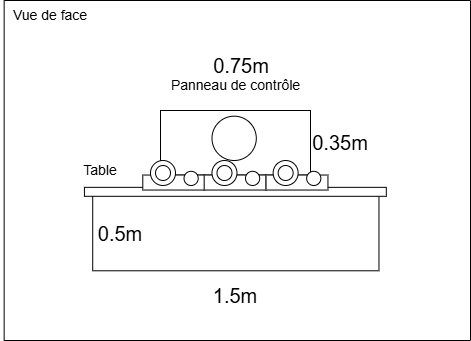
deux-intelligence/deux-neurones keeps this draw.io diagram as technique/plan_implantation_01.drawio.png. Above is the earlier version. Source tidied: cells renumbered, new cells last; positions are measured from the earlier drawing's top-left corner, leaving out a move shared by most shapes.
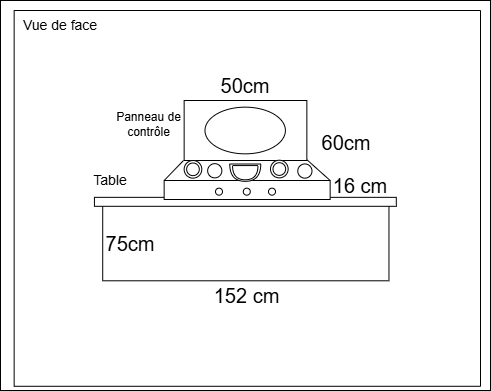
The same diagram one commit later.

Commit message:
Retouchement des plan d'implantation et  de l'équipement

Change to the diagram source:
```diff
@@ -2,77 +2,93 @@
   <root>
     <mxCell id="0" />
     <mxCell id="1" parent="0" />
+    <mxCell id="26" style="rounded=0;whiteSpace=wrap;html=1;" parent="1" vertex="1">
+      <mxGeometry x="-10" y="-10" width="490" height="390" as="geometry" />
+    </mxCell>
     <mxCell id="2" style="rounded=0;whiteSpace=wrap;html=1;direction=south;rotation=-90;fillColor=none;" parent="1" vertex="1">
       <mxGeometry x="197.7" y="89.5" width="75.2" height="286.2" as="geometry" />
     </mxCell>
     <mxCell id="3" style="rounded=0;whiteSpace=wrap;html=1;direction=south;rotation=-90;" parent="1" vertex="1">
       <mxGeometry x="230.4" y="40.4" width="9" height="301.9" as="geometry" />
     </mxCell>
-    <mxCell id="4" value="0.5m" style="text;html=1;whiteSpace=wrap;strokeColor=none;fillColor=none;align=center;verticalAlign=middle;rounded=0;fontSize=20;" parent="1" vertex="1">
+    <mxCell id="4" value="75cm" style="text;html=1;whiteSpace=wrap;strokeColor=none;fillColor=none;align=center;verticalAlign=middle;rounded=0;fontSize=20;" parent="1" vertex="1">
       <mxGeometry x="90" y="217.7" width="60" height="30" as="geometry" />
     </mxCell>
-    <mxCell id="5" value="1.5m" style="text;html=1;whiteSpace=wrap;strokeColor=none;fillColor=none;align=center;verticalAlign=middle;rounded=0;fontSize=20;" parent="1" vertex="1">
-      <mxGeometry x="205.3" y="280" width="60" height="30" as="geometry" />
-    </mxCell>
     <mxCell id="6" value="Table" style="text;html=1;whiteSpace=wrap;strokeColor=none;fillColor=none;align=center;verticalAlign=middle;rounded=0;fontSize=14;" parent="1" vertex="1">
       <mxGeometry x="70" y="155" width="60" height="30" as="geometry" />
     </mxCell>
     <mxCell id="7" value="Vue de face" style="text;html=1;whiteSpace=wrap;strokeColor=none;fillColor=none;align=center;verticalAlign=middle;rounded=0;fontSize=14;" parent="1" vertex="1">
       <mxGeometry width="100" height="30" as="geometry" />
     </mxCell>
+    <mxCell id="25" style="swimlane;startSize=0;" parent="1" vertex="1">
+      <mxGeometry x="3.7" width="466.4" height="375.8" as="geometry" />
+    </mxCell>
+    <mxCell id="10" style="rounded=0;whiteSpace=wrap;html=1;" parent="25" vertex="1">
+      <mxGeometry x="150" y="170" width="166" height="19" as="geometry" />
+    </mxCell>
-    <mxCell id="8" style="rounded=0;whiteSpace=wrap;html=1;" parent="1" vertex="1">
-      <mxGeometry x="160" y="110" width="150" height="64.5" as="geometry" />
+    <mxCell id="8" style="rounded=0;whiteSpace=wrap;html=1;" parent="25" vertex="1">
+      <mxGeometry x="170" y="90" width="122.7" height="60" as="geometry" />
     </mxCell>
+    <mxCell id="5" value="152 cm" style="text;html=1;whiteSpace=wrap;strokeColor=none;fillColor=none;align=center;verticalAlign=middle;rounded=0;fontSize=20;" parent="25" vertex="1">
+      <mxGeometry x="190.8" y="270" width="84.7" height="30" as="geometry" />
+    </mxCell>
+    <mxCell id="27" style="ellipse;whiteSpace=wrap;html=1;" parent="25" vertex="1">
+      <mxGeometry x="190.8" y="96.7" width="80.4" height="46.7" as="geometry" />
+    </mxCell>
+    <mxCell id="28" style="shape=or;whiteSpace=wrap;html=1;rotation=90;" parent="25" vertex="1">
+      <mxGeometry x="222.5" y="146.7" width="17.3" height="31" as="geometry" />
+    </mxCell>
+    <mxCell id="29" style="ellipse;whiteSpace=wrap;html=1;" parent="25" vertex="1">
+      <mxGeometry x="193.5" y="153.2" width="14.2" height="14.2" as="geometry" />
+    </mxCell>
+    <mxCell id="30" style="ellipse;whiteSpace=wrap;html=1;" parent="25" vertex="1">
+      <mxGeometry x="170" y="150" width="17.6" height="17.6" as="geometry" />
+    </mxCell>
+    <mxCell id="31" style="ellipse;whiteSpace=wrap;html=1;" parent="25" vertex="1">
+      <mxGeometry x="172.5" y="152.5" width="12.6" height="12.6" as="geometry" />
+    </mxCell>
+    <mxCell id="20" style="ellipse;whiteSpace=wrap;html=1;" parent="25" vertex="1">
+      <mxGeometry x="256.3" y="149.7" width="17.6" height="17.6" as="geometry" />
+    </mxCell>
+    <mxCell id="22" style="ellipse;whiteSpace=wrap;html=1;" parent="25" vertex="1">
+      <mxGeometry x="258.8" y="152.2" width="12.6" height="12.6" as="geometry" />
+    </mxCell>
+    <mxCell id="21" style="ellipse;whiteSpace=wrap;html=1;" parent="25" vertex="1">
+      <mxGeometry x="283.6" y="153.5" width="14.2" height="14.2" as="geometry" />
+    </mxCell>
+    <mxCell id="32" style="ellipse;whiteSpace=wrap;html=1;" parent="25" vertex="1">
+      <mxGeometry x="201.3" y="177.7" width="7" height="7" as="geometry" />
+    </mxCell>
+    <mxCell id="33" style="ellipse;whiteSpace=wrap;html=1;" parent="25" vertex="1">
+      <mxGeometry x="229.1" y="177.7" width="7" height="7" as="geometry" />
+    </mxCell>
+    <mxCell id="34" style="ellipse;whiteSpace=wrap;html=1;" parent="25" vertex="1">
+      <mxGeometry x="254.3" y="177.7" width="7" height="7" as="geometry" />
+    </mxCell>
+    <mxCell id="24" value="60cm" style="text;html=1;whiteSpace=wrap;strokeColor=none;fillColor=none;align=center;verticalAlign=middle;rounded=0;fontSize=20;" parent="25" vertex="1">
+      <mxGeometry x="302.5" y="116.7" width="60" height="30" as="geometry" />
+    </mxCell>
+    <mxCell id="35" value="16 cm" style="text;html=1;whiteSpace=wrap;strokeColor=none;fillColor=none;align=center;verticalAlign=middle;rounded=0;fontSize=20;" parent="25" vertex="1">
+      <mxGeometry x="316.3" y="160" width="60" height="30" as="geometry" />
+    </mxCell>
+    <mxCell id="36" style="shape=or;whiteSpace=wrap;html=1;rotation=90;" parent="25" vertex="1">
+      <mxGeometry x="224" y="149.5" width="14.2" height="25.4" as="geometry" />
+    </mxCell>
-    <mxCell id="9" value="Panneau de contrôle" style="text;html=1;whiteSpace=wrap;strokeColor=none;fillColor=none;align=center;verticalAlign=middle;rounded=0;fontSize=14;" parent="1" vertex="1">
-      <mxGeometry x="167.6" y="69.5" width="135.4" height="30.5" as="geometry" />
+    <mxCell id="9" value="Panneau de contrôle" style="text;html=1;whiteSpace=wrap;strokeColor=none;fillColor=none;align=center;verticalAlign=middle;rounded=0;fontSize=12;" parent="25" vertex="1">
+      <mxGeometry x="79.8" y="103.9" width="111" height="20.5" as="geometry" />
     </mxCell>
-    <mxCell id="10" style="rounded=0;whiteSpace=wrap;html=1;" parent="1" vertex="1">
-      <mxGeometry x="142.3" y="174.5" width="61.9" height="15" as="geometry" />
-    </mxCell>
-    <mxCell id="11" style="ellipse;whiteSpace=wrap;html=1;" parent="1" vertex="1">
-      <mxGeometry x="211.5" y="115.7" width="44.3" height="44.3" as="geometry" />
-    </mxCell>
-    <mxCell id="12" style="rounded=0;whiteSpace=wrap;html=1;" parent="1" vertex="1">
-      <mxGeometry x="203.7" y="174.5" width="61.9" height="15" as="geometry" />
-    </mxCell>
-    <mxCell id="13" style="rounded=0;whiteSpace=wrap;html=1;" parent="1" vertex="1">
-      <mxGeometry x="265.6" y="174.5" width="61.9" height="15" as="geometry" />
-    </mxCell>
-    <mxCell id="14" style="ellipse;whiteSpace=wrap;html=1;" parent="1" vertex="1">
-      <mxGeometry x="150" y="160" width="25" height="25" as="geometry" />
-    </mxCell>
-    <mxCell id="15" style="ellipse;whiteSpace=wrap;html=1;" parent="1" vertex="1">
-      <mxGeometry x="183.5" y="170.8" width="14.2" height="14.2" as="geometry" />
-    </mxCell>
-    <mxCell id="16" style="ellipse;whiteSpace=wrap;html=1;" parent="1" vertex="1">
-      <mxGeometry x="155" y="165" width="15" height="15" as="geometry" />
-    </mxCell>
-    <mxCell id="17" style="ellipse;whiteSpace=wrap;html=1;" parent="1" vertex="1">
-      <mxGeometry x="211.5" y="160" width="25" height="25" as="geometry" />
-    </mxCell>
-    <mxCell id="18" style="ellipse;whiteSpace=wrap;html=1;" parent="1" vertex="1">
-      <mxGeometry x="245" y="170.8" width="14.2" height="14.2" as="geometry" />
-    </mxCell>
-    <mxCell id="19" style="ellipse;whiteSpace=wrap;html=1;" parent="1" vertex="1">
-      <mxGeometry x="216.5" y="165" width="15" height="15" as="geometry" />
-    </mxCell>
-    <mxCell id="20" style="ellipse;whiteSpace=wrap;html=1;" parent="1" vertex="1">
-      <mxGeometry x="272.6" y="160" width="25" height="25" as="geometry" />
-    </mxCell>
-    <mxCell id="21" style="ellipse;whiteSpace=wrap;html=1;" parent="1" vertex="1">
-      <mxGeometry x="306.2" y="170.8" width="14.2" height="14.2" as="geometry" />
-    </mxCell>
-    <mxCell id="22" style="ellipse;whiteSpace=wrap;html=1;" parent="1" vertex="1">
-      <mxGeometry x="277.6" y="165" width="15" height="15" as="geometry" />
-    </mxCell>
-    <mxCell id="23" value="0.75m" style="text;html=1;whiteSpace=wrap;strokeColor=none;fillColor=none;align=center;verticalAlign=middle;rounded=0;fontSize=20;" parent="1" vertex="1">
-      <mxGeometry x="211.5" y="50" width="60" height="30" as="geometry" />
+    <mxCell id="23" value="50cm" style="text;html=1;whiteSpace=wrap;strokeColor=none;fillColor=none;align=center;verticalAlign=middle;rounded=0;fontSize=20;" parent="25" vertex="1">
+      <mxGeometry x="201" y="60" width="60" height="30" as="geometry" />
     </mxCell>
-    <mxCell id="24" value="0.35m" style="text;html=1;whiteSpace=wrap;strokeColor=none;fillColor=none;align=center;verticalAlign=middle;rounded=0;fontSize=20;" parent="1" vertex="1">
-      <mxGeometry x="310" y="127.3" width="60" height="30" as="geometry" />
-    </mxCell>
-    <mxCell id="25" style="swimlane;startSize=0;" parent="1" vertex="1">
-      <mxGeometry x="3.7" width="466.4" height="340" as="geometry" />
-    </mxCell>
+    <mxCell id="37" style="endArrow=none;html=1;exitX=0;exitY=0;exitDx=0;exitDy=0;" parent="25" edge="1" source="10">
+      <mxGeometry relative="1" as="geometry">
+        <mxPoint x="169.3" y="150" as="targetPoint" />
+      </mxGeometry>
+    </mxCell>
+    <mxCell id="38" style="endArrow=none;html=1;exitX=1;exitY=0;exitDx=0;exitDy=0;" parent="25" edge="1" source="10">
+      <mxGeometry relative="1" as="geometry">
+        <mxPoint x="293.1" y="149.5" as="targetPoint" />
+      </mxGeometry>
+    </mxCell>
   </root>
 </mxGraphModel>
```
